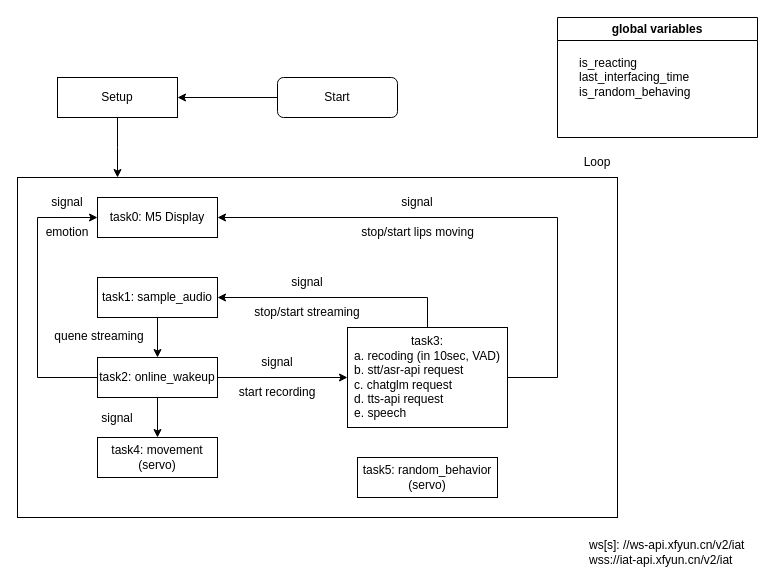
Earlier version of the draw.io diagram resource/framework.drawio (lidonglei1/M5Core2-ChatGLM2). Source tidied: cells renumbered, new cells numbered last; positions are measured from the earlier drawing's top-left corner, leaving out a move shared by most shapes. Both pictures are drawn from the tidied source at 100%, with x=0, y=0 at pixel (17, 17).
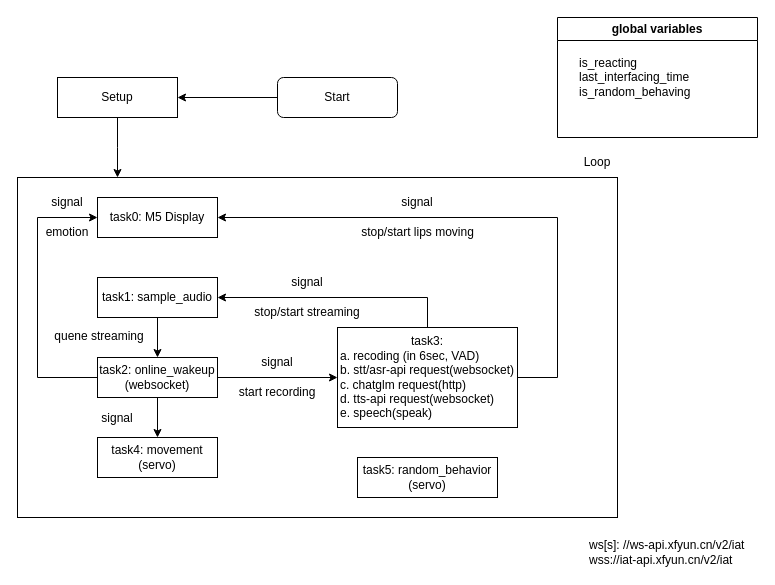
Above is the later version.

The change refers to these unchanged cells:
```xml
<mxCell id="16" value="task0: M5 Display" style="rounded=0;whiteSpace=wrap;html=1;" parent="1" vertex="1">
  <mxGeometry x="80" y="180" width="120" height="40" as="geometry" />
</mxCell>
```

Change to the diagram source:
```diff
@@
-    <mxCell id="5" value="task2: online_wakeup" style="rounded=0;whiteSpace=wrap;html=1;" parent="1" vertex="1">
+    <mxCell id="5" value="task2: online_wakeup&lt;br&gt;(websocket)" style="rounded=0;whiteSpace=wrap;html=1;" parent="1" vertex="1">
       <mxGeometry x="80" y="340" width="120" height="40" as="geometry" />
     </mxCell>
-    <mxCell id="6" value="task3:&lt;br&gt;&lt;div style=&quot;text-align: left;&quot;&gt;&lt;span style=&quot;background-color: initial;&quot;&gt;a. recoding&amp;nbsp;&lt;/span&gt;&lt;span style=&quot;background-color: initial;&quot;&gt;(in 10sec, VAD)&lt;/span&gt;&lt;/div&gt;&lt;div style=&quot;text-align: left;&quot;&gt;&lt;span style=&quot;background-color: initial;&quot;&gt;b.&amp;nbsp;&lt;/span&gt;&lt;span style=&quot;background-color: initial;&quot;&gt;stt/asr-api request&lt;/span&gt;&lt;/div&gt;&lt;div style=&quot;text-align: left;&quot;&gt;c. chatglm request&lt;/div&gt;&lt;div style=&quot;text-align: left;&quot;&gt;&lt;span style=&quot;background-color: initial;&quot;&gt;d. tts-api request&lt;/span&gt;&lt;br&gt;&lt;/div&gt;&lt;div style=&quot;text-align: left;&quot;&gt;e. speech&lt;/div&gt;" style="rounded=0;whiteSpace=wrap;html=1;" parent="1" vertex="1">
-      <mxGeometry x="330" y="310" width="160" height="100" as="geometry" />
+    <mxCell id="6" value="task3:&lt;br&gt;&lt;div style=&quot;text-align: left;&quot;&gt;&lt;span style=&quot;background-color: initial;&quot;&gt;a. recoding&amp;nbsp;&lt;/span&gt;&lt;span style=&quot;background-color: initial;&quot;&gt;(in 6sec, VAD)&lt;/span&gt;&lt;/div&gt;&lt;div style=&quot;text-align: left;&quot;&gt;&lt;span style=&quot;background-color: initial;&quot;&gt;b.&amp;nbsp;&lt;/span&gt;&lt;span style=&quot;background-color: initial;&quot;&gt;stt/asr-api request(websocket)&lt;/span&gt;&lt;/div&gt;&lt;div style=&quot;text-align: left;&quot;&gt;c. chatglm request(http)&lt;/div&gt;&lt;div style=&quot;text-align: left;&quot;&gt;&lt;span style=&quot;background-color: initial;&quot;&gt;d. tts-api request(websocket)&lt;/span&gt;&lt;br&gt;&lt;/div&gt;&lt;div style=&quot;text-align: left;&quot;&gt;e. speech(speak)&lt;/div&gt;" style="rounded=0;whiteSpace=wrap;html=1;" parent="1" vertex="1">
+      <mxGeometry x="320" y="310" width="180" height="100" as="geometry" />
     </mxCell>
@@
-    <mxCell id="22" style="endArrow=classic;html=1;rounded=0;entryX=1;entryY=0.5;entryDx=0;entryDy=0;" parent="1" edge="1" target="16">
+    <mxCell id="22" style="endArrow=classic;html=1;rounded=0;entryX=1;entryY=0.5;entryDx=0;entryDy=0;exitX=1;exitY=0.5;exitDx=0;exitDy=0;" parent="1" edge="1" source="6" target="16">
       <mxGeometry relative="1" as="geometry">
-        <mxPoint x="490" y="360" as="sourcePoint" />
         <Array as="points">
           <mxPoint x="540" y="360" />
           <mxPoint x="540" y="200" />
         </Array>
       </mxGeometry>
     </mxCell>
```
